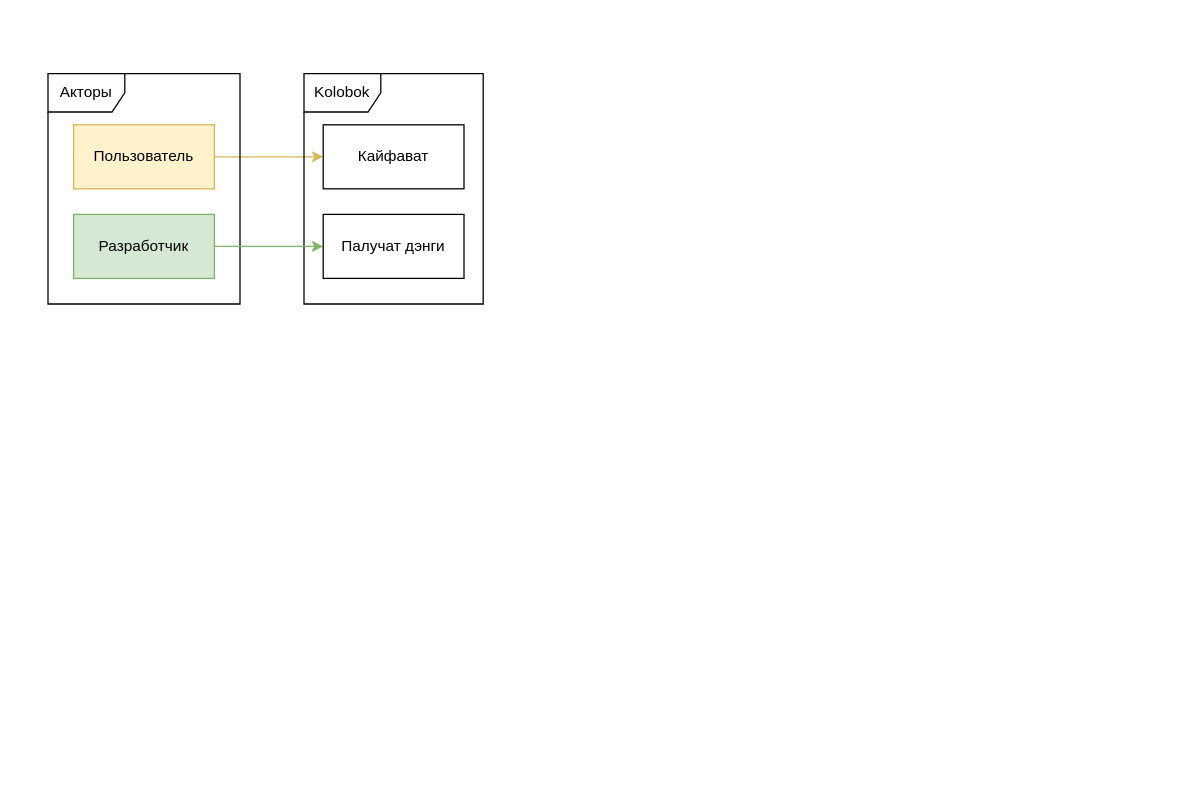
ineedmypills/Kolobok keeps this draw.io diagram as KolobokUML.drawio. Above is the earlier version. Source tidied: cells renumbered, new cells numbered last; positions are measured from the earlier drawing's top-left corner, leaving out a move shared by most shapes. Both pictures are drawn from the tidied source at 128%, with x=0, y=0 at pixel (47, 73).
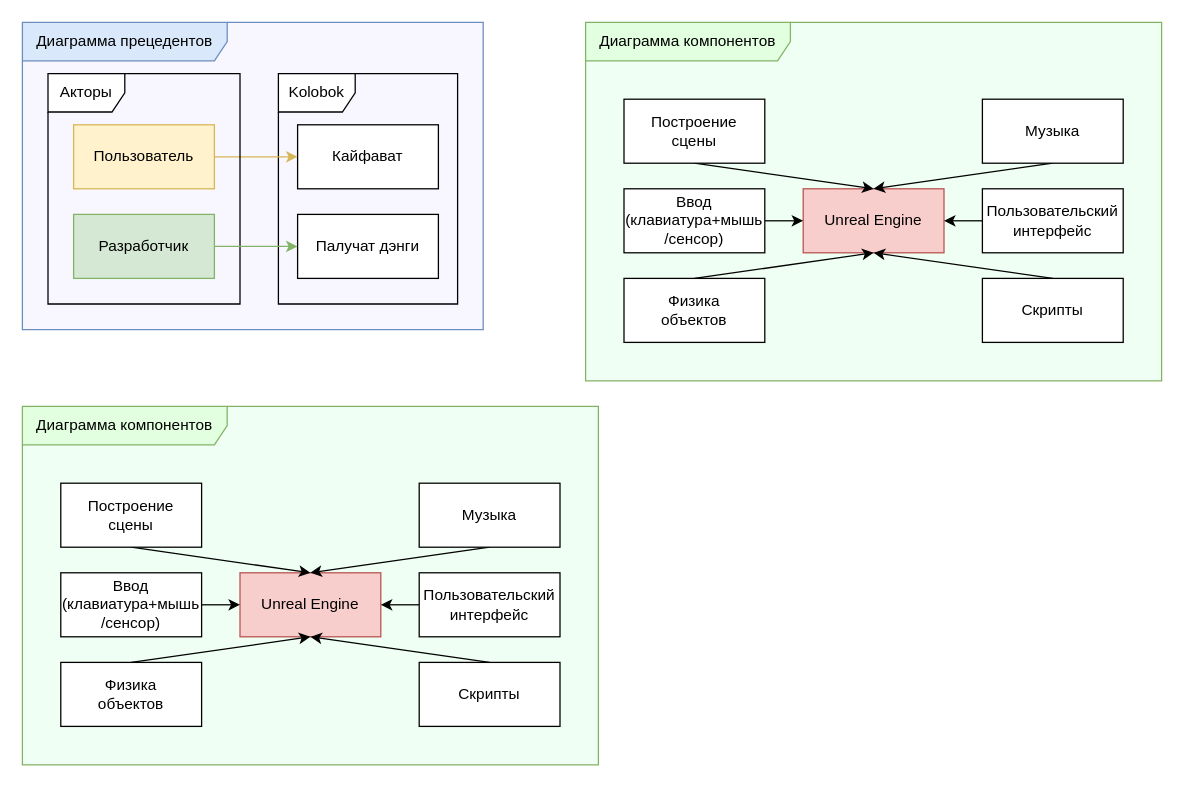
The same diagram, later.

The edit, as a diff of the source:
```diff
@@
+    <mxCell id="12" value="Диаграмма&amp;nbsp;прецедентов" style="shape=umlFrame;whiteSpace=wrap;html=1;width=160;fillColor=#dae8fc;strokeColor=#6c8ebf;gradientColor=none;swimlaneFillColor=#F8F7FF;" parent="1" vertex="1">
+      <mxGeometry x="-20" y="-40" width="360" height="240" as="geometry" />
+    </mxCell>
+    <mxCell id="4" value="Кайфават" style="html=1;whiteSpace=wrap;" parent="12" vertex="1">
+      <mxGeometry x="215" y="80" width="110" height="50" as="geometry" />
+    </mxCell>
+    <mxCell id="8" value="Kolobok" style="shape=umlFrame;whiteSpace=wrap;html=1;" parent="12" vertex="1">
+      <mxGeometry x="200" y="40" width="140" height="180" as="geometry" />
+    </mxCell>
+    <mxCell id="11" value="Палучат дэнги" style="html=1;whiteSpace=wrap;" parent="12" vertex="1">
+      <mxGeometry x="215" y="150" width="110" height="50" as="geometry" />
+    </mxCell>
@@
-    <mxCell id="4" value="Кайфават" style="html=1;whiteSpace=wrap;" parent="1" vertex="1">
-      <mxGeometry x="215" y="40" width="110" height="50" as="geometry" />
-    </mxCell>
     <mxCell id="5" style="edgeStyle=orthogonalEdgeStyle;rounded=0;orthogonalLoop=1;jettySize=auto;html=1;exitX=1;exitY=0.5;exitDx=0;exitDy=0;entryX=0;entryY=0.5;entryDx=0;entryDy=0;curved=1;fillColor=#dae8fc;strokeColor=#6c8ebf;" parent="1" edge="1">
       <mxGeometry relative="1" as="geometry">
-        <mxPoint x="215" y="195" as="targetPoint" />
+        <mxPoint x="205" y="215" as="targetPoint" />
       </mxGeometry>
     </mxCell>
     <mxCell id="6" style="edgeStyle=orthogonalEdgeStyle;rounded=0;orthogonalLoop=1;jettySize=auto;html=1;exitX=1;exitY=0.5;exitDx=0;exitDy=0;entryX=0;entryY=0.5;entryDx=0;entryDy=0;curved=1;fillColor=#f8cecc;strokeColor=#b85450;" parent="1" edge="1">
       <mxGeometry relative="1" as="geometry">
-        <mxPoint x="130" y="225" as="sourcePoint" />
+        <mxPoint x="120" y="245" as="sourcePoint" />
       </mxGeometry>
     </mxCell>
@@
-    <mxCell id="8" value="Kolobok" style="shape=umlFrame;whiteSpace=wrap;html=1;" parent="1" vertex="1">
-      <mxGeometry x="200" width="140" height="180" as="geometry" />
-    </mxCell>
@@
-    <mxCell id="11" value="Палучат дэнги" style="html=1;whiteSpace=wrap;" parent="1" vertex="1">
-      <mxGeometry x="215" y="110" width="110" height="50" as="geometry" />
-    </mxCell>
+    <mxCell id="13" value="Диаграмма&amp;nbsp;компонентов" style="shape=umlFrame;whiteSpace=wrap;html=1;width=160;fillColor=light-dark(#e2ffe0, #1f2f1e);strokeColor=#82b366;swimlaneFillColor=light-dark(#f0fff4, #111311);" parent="1" vertex="1">
+      <mxGeometry x="420" y="-40" width="450" height="280" as="geometry" />
+    </mxCell>
+    <mxCell id="14" value="Unreal Engine" style="html=1;whiteSpace=wrap;fillColor=#f8cecc;strokeColor=#b85450;" parent="13" vertex="1">
+      <mxGeometry x="170" y="130" width="110" height="50" as="geometry" />
+    </mxCell>
+    <mxCell id="15" style="edgeStyle=none;html=1;exitX=0.5;exitY=1;exitDx=0;exitDy=0;entryX=0.5;entryY=0;entryDx=0;entryDy=0;rounded=0;curved=0;" parent="13" edge="1" source="16" target="14">
+      <mxGeometry relative="1" as="geometry" />
+    </mxCell>
+    <mxCell id="16" value="Построение&lt;div&gt;сцены&lt;/div&gt;" style="html=1;whiteSpace=wrap;" parent="13" vertex="1">
+      <mxGeometry x="30" y="60" width="110" height="50" as="geometry" />
+    </mxCell>
+    <mxCell id="17" style="edgeStyle=none;html=1;exitX=0.5;exitY=1;exitDx=0;exitDy=0;entryX=0.5;entryY=0;entryDx=0;entryDy=0;rounded=0;curved=0;" parent="13" edge="1" source="18" target="14">
+      <mxGeometry relative="1" as="geometry" />
+    </mxCell>
+    <mxCell id="18" value="Музыка" style="html=1;whiteSpace=wrap;" parent="13" vertex="1">
+      <mxGeometry x="310" y="60" width="110" height="50" as="geometry" />
+    </mxCell>
+    <mxCell id="19" style="edgeStyle=none;html=1;exitX=0.5;exitY=0;exitDx=0;exitDy=0;entryX=0.5;entryY=1;entryDx=0;entryDy=0;" parent="13" edge="1" source="20" target="14">
+      <mxGeometry relative="1" as="geometry" />
+    </mxCell>
+    <mxCell id="20" value="Скрипты" style="html=1;whiteSpace=wrap;" parent="13" vertex="1">
+      <mxGeometry x="310" y="200" width="110" height="50" as="geometry" />
+    </mxCell>
+    <mxCell id="21" style="edgeStyle=none;html=1;exitX=0.5;exitY=0;exitDx=0;exitDy=0;entryX=0.5;entryY=1;entryDx=0;entryDy=0;" parent="13" edge="1" source="22" target="14">
+      <mxGeometry relative="1" as="geometry" />
+    </mxCell>
+    <mxCell id="22" value="Физика&lt;div&gt;объектов&lt;/div&gt;" style="html=1;whiteSpace=wrap;" parent="13" vertex="1">
+      <mxGeometry x="30" y="200" width="110" height="50" as="geometry" />
+    </mxCell>
+    <mxCell id="23" style="edgeStyle=none;html=1;exitX=1;exitY=0.5;exitDx=0;exitDy=0;entryX=0;entryY=0.5;entryDx=0;entryDy=0;" parent="13" edge="1" source="24" target="14">
+      <mxGeometry relative="1" as="geometry" />
+    </mxCell>
+    <mxCell id="24" value="Ввод (клавиатура+мышь&lt;div&gt;&lt;span style=&quot;background-color: transparent;&quot;&gt;/сенсор)&lt;/span&gt;&lt;/div&gt;" style="html=1;whiteSpace=wrap;" parent="13" vertex="1">
+      <mxGeometry x="30" y="130" width="110" height="50" as="geometry" />
+    </mxCell>
+    <mxCell id="25" style="edgeStyle=none;html=1;exitX=0;exitY=0.5;exitDx=0;exitDy=0;entryX=1;entryY=0.5;entryDx=0;entryDy=0;" parent="13" edge="1" source="26" target="14">
+      <mxGeometry relative="1" as="geometry" />
+    </mxCell>
+    <mxCell id="26" value="Пользовательский&lt;div&gt;интерфейс&lt;/div&gt;" style="html=1;whiteSpace=wrap;" parent="13" vertex="1">
+      <mxGeometry x="310" y="130" width="110" height="50" as="geometry" />
+    </mxCell>
+    <mxCell id="27" value="Диаграмма&amp;nbsp;компонентов" style="shape=umlFrame;whiteSpace=wrap;html=1;width=160;fillColor=light-dark(#e2ffe0, #1f2f1e);strokeColor=#82b366;swimlaneFillColor=light-dark(#f0fff4, #111311);" parent="1" vertex="1">
+      <mxGeometry x="-20" y="260" width="450" height="280" as="geometry" />
+    </mxCell>
+    <mxCell id="28" value="Unreal Engine" style="html=1;whiteSpace=wrap;fillColor=#f8cecc;strokeColor=#b85450;" parent="27" vertex="1">
+      <mxGeometry x="170" y="130" width="110" height="50" as="geometry" />
+    </mxCell>
+    <mxCell id="29" style="edgeStyle=none;html=1;exitX=0.5;exitY=1;exitDx=0;exitDy=0;entryX=0.5;entryY=0;entryDx=0;entryDy=0;rounded=0;curved=0;" parent="27" edge="1" source="30" target="28">
+      <mxGeometry relative="1" as="geometry" />
+    </mxCell>
+    <mxCell id="30" value="Построение&lt;div&gt;сцены&lt;/div&gt;" style="html=1;whiteSpace=wrap;" parent="27" vertex="1">
+      <mxGeometry x="30" y="60" width="110" height="50" as="geometry" />
+    </mxCell>
+    <mxCell id="31" style="edgeStyle=none;html=1;exitX=0.5;exitY=1;exitDx=0;exitDy=0;entryX=0.5;entryY=0;entryDx=0;entryDy=0;rounded=0;curved=0;" parent="27" edge="1" source="32" target="28">
+      <mxGeometry relative="1" as="geometry" />
+    </mxCell>
+    <mxCell id="32" value="Музыка" style="html=1;whiteSpace=wrap;" parent="27" vertex="1">
+      <mxGeometry x="310" y="60" width="110" height="50" as="geometry" />
+    </mxCell>
+    <mxCell id="33" style="edgeStyle=none;html=1;exitX=0.5;exitY=0;exitDx=0;exitDy=0;entryX=0.5;entryY=1;entryDx=0;entryDy=0;" parent="27" edge="1" source="34" target="28">
+      <mxGeometry relative="1" as="geometry" />
+    </mxCell>
+    <mxCell id="34" value="Скрипты" style="html=1;whiteSpace=wrap;" parent="27" vertex="1">
+      <mxGeometry x="310" y="200" width="110" height="50" as="geometry" />
+    </mxCell>
+    <mxCell id="35" style="edgeStyle=none;html=1;exitX=0.5;exitY=0;exitDx=0;exitDy=0;entryX=0.5;entryY=1;entryDx=0;entryDy=0;" parent="27" edge="1" source="36" target="28">
+      <mxGeometry relative="1" as="geometry" />
+    </mxCell>
+    <mxCell id="36" value="Физика&lt;div&gt;объектов&lt;/div&gt;" style="html=1;whiteSpace=wrap;" parent="27" vertex="1">
+      <mxGeometry x="30" y="200" width="110" height="50" as="geometry" />
+    </mxCell>
+    <mxCell id="37" style="edgeStyle=none;html=1;exitX=1;exitY=0.5;exitDx=0;exitDy=0;entryX=0;entryY=0.5;entryDx=0;entryDy=0;" parent="27" edge="1" source="38" target="28">
+      <mxGeometry relative="1" as="geometry" />
+    </mxCell>
+    <mxCell id="38" value="Ввод (клавиатура+мышь&lt;div&gt;&lt;span style=&quot;background-color: transparent;&quot;&gt;/сенсор)&lt;/span&gt;&lt;/div&gt;" style="html=1;whiteSpace=wrap;" parent="27" vertex="1">
+      <mxGeometry x="30" y="130" width="110" height="50" as="geometry" />
+    </mxCell>
+    <mxCell id="39" style="edgeStyle=none;html=1;exitX=0;exitY=0.5;exitDx=0;exitDy=0;entryX=1;entryY=0.5;entryDx=0;entryDy=0;" parent="27" edge="1" source="40" target="28">
+      <mxGeometry relative="1" as="geometry" />
+    </mxCell>
+    <mxCell id="40" value="Пользовательский&lt;div&gt;интерфейс&lt;/div&gt;" style="html=1;whiteSpace=wrap;" parent="27" vertex="1">
+      <mxGeometry x="310" y="130" width="110" height="50" as="geometry" />
+    </mxCell>
```
